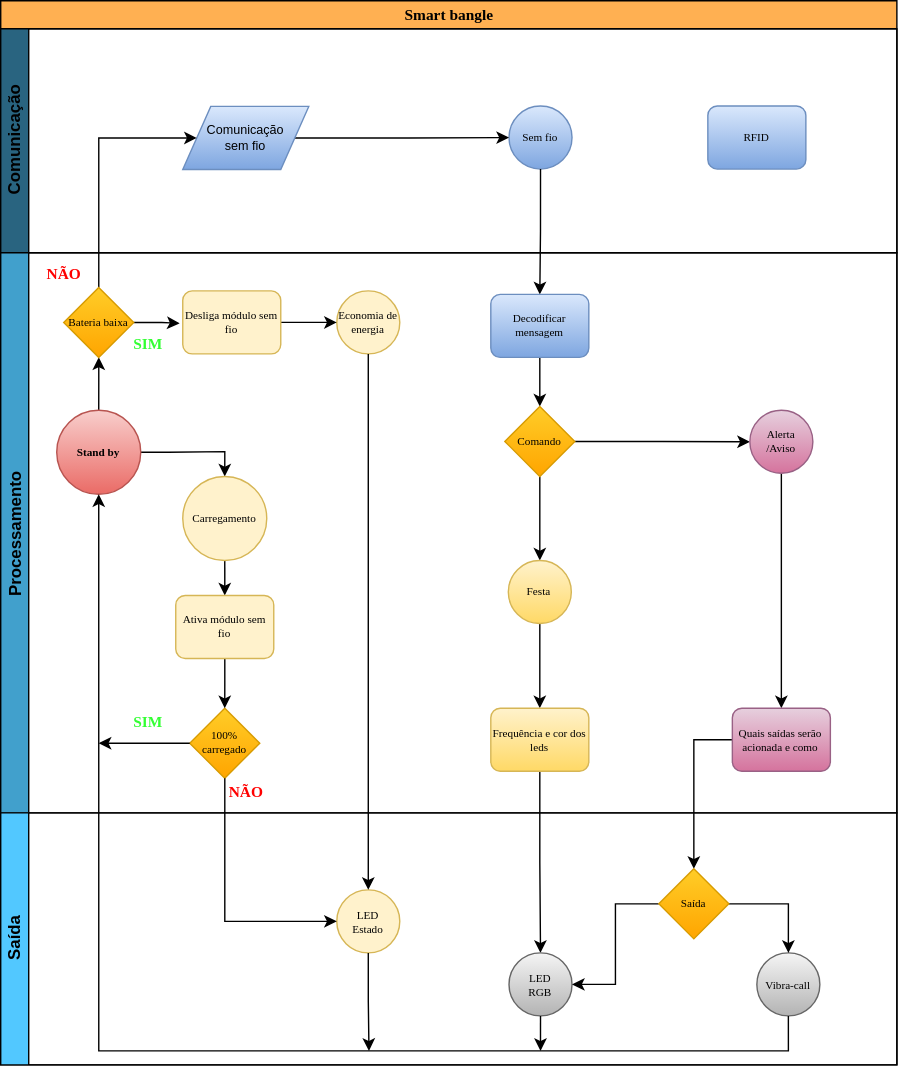
Earlier version of the draw.io export 2022.2/smart_bangle/smart-bangle_ea075.drawio.svg (vm-bertini/ea075-2023.1). Source tidied: cells renumbered, new cells last; positions are measured from the earlier drawing's top-left corner, leaving out a move shared by most shapes.
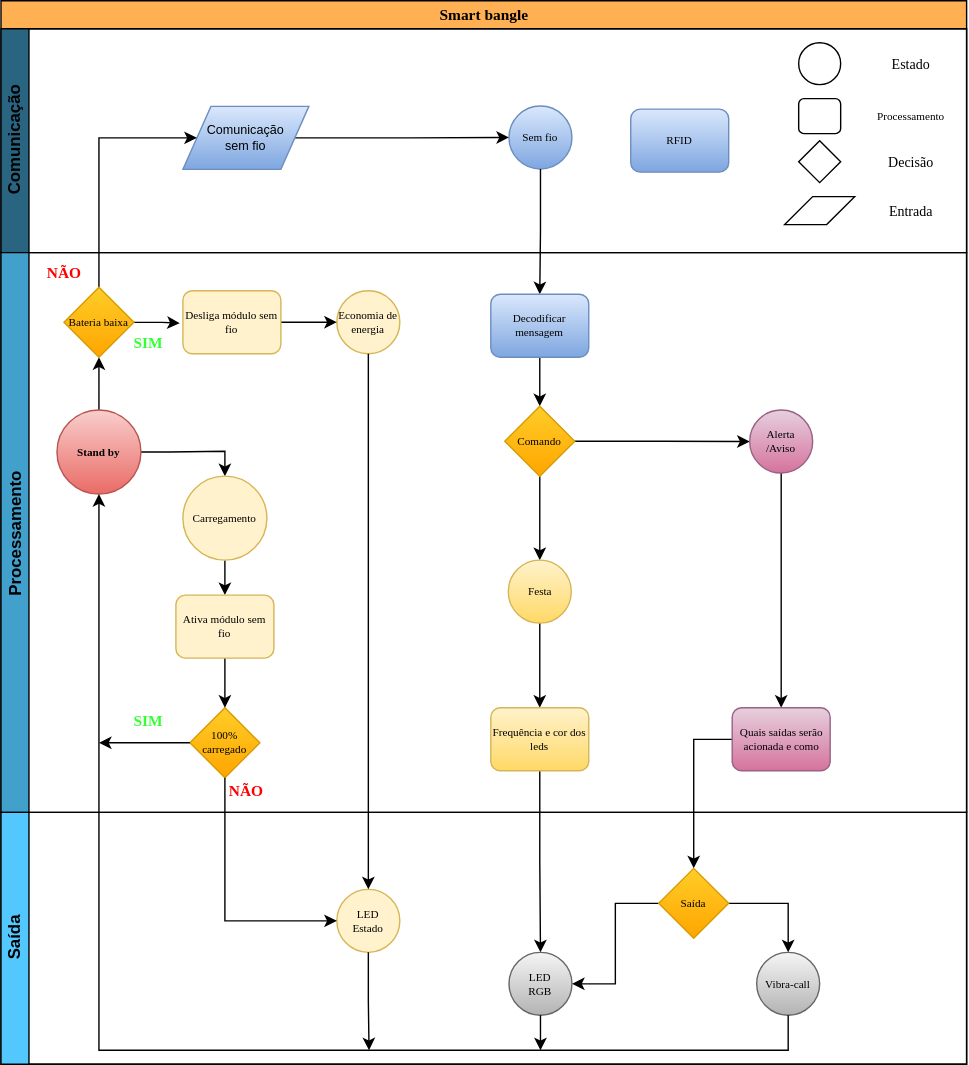
After the commit.

Commit message:
Diagrama 99% pronto

What changed in the source:
```diff
@@ -3,13 +3,13 @@
     <mxCell id="0" />
     <mxCell id="1" parent="0" />
     <mxCell id="2" value="&lt;font style=&quot;font-size: 11px;&quot;&gt;Smart bangle&lt;/font&gt;" style="swimlane;html=1;horizontal=1;startSize=20;rounded=0;shadow=0;labelBackgroundColor=none;strokeWidth=1;fontFamily=Verdana;fontSize=8;align=center;fillColor=#FFB052;" parent="1" vertex="1">
-      <mxGeometry width="640" height="760" as="geometry" />
+      <mxGeometry width="690" height="760" as="geometry" />
     </mxCell>
     <mxCell id="3" value="Comunicação" style="swimlane;html=1;startSize=20;horizontal=0;fillColor=#296480;shadow=0;fontStyle=1;fontColor=default;" parent="2" vertex="1">
-      <mxGeometry y="20" width="640" height="160" as="geometry" />
+      <mxGeometry y="20" width="690" height="160" as="geometry" />
     </mxCell>
     <mxCell id="4" value="RFID" style="rounded=1;whiteSpace=wrap;html=1;shadow=0;labelBackgroundColor=none;strokeWidth=1;fontFamily=Verdana;fontSize=8;align=center;fillColor=#dae8fc;strokeColor=#6c8ebf;gradientColor=#7ea6e0;" parent="3" vertex="1">
-      <mxGeometry x="505" y="55.2" width="70" height="45" as="geometry" />
+      <mxGeometry x="450" y="57.5" width="70" height="45" as="geometry" />
     </mxCell>
     <mxCell id="5" value="Sem fio" style="ellipse;whiteSpace=wrap;html=1;rounded=0;shadow=0;labelBackgroundColor=none;strokeWidth=1;fontFamily=Verdana;fontSize=8;align=center;fillColor=#dae8fc;strokeColor=#6c8ebf;gradientColor=#7ea6e0;" parent="3" vertex="1">
       <mxGeometry x="363" y="55.2" width="45" height="45" as="geometry" />
@@ -20,6 +20,30 @@
     <mxCell id="7" value="Comunicação&lt;br style=&quot;font-size: 9px;&quot;&gt;sem fio" style="shape=parallelogram;perimeter=parallelogramPerimeter;fixedSize=1;rounded=0;shadow=0;glass=0;labelBackgroundColor=none;labelBorderColor=none;sketch=0;fillColor=#dae8fc;align=center;horizontal=1;labelPosition=center;verticalLabelPosition=middle;verticalAlign=middle;whiteSpace=wrap;html=1;fontSize=9;strokeColor=#6c8ebf;gradientColor=#7ea6e0;" parent="3" vertex="1">
       <mxGeometry x="130" y="55.5" width="90" height="45" as="geometry" />
     </mxCell>
+    <mxCell id="54" style="ellipse;whiteSpace=wrap;html=1;fontFamily=Verdana;fontSize=8;" parent="3" vertex="1">
+      <mxGeometry x="570" y="10" width="30" height="30" as="geometry" />
+    </mxCell>
+    <mxCell id="55" value="&lt;font style=&quot;font-size: 10px;&quot;&gt;Estado&lt;/font&gt;" style="text;html=1;align=center;verticalAlign=middle;strokeColor=none;fillColor=none;fontSize=8;fontFamily=Verdana;fontColor=#000000;" parent="3" vertex="1">
+      <mxGeometry x="620" y="10" width="60" height="30" as="geometry" />
+    </mxCell>
+    <mxCell id="56" style="rounded=1;whiteSpace=wrap;html=1;fontFamily=Verdana;fontSize=10;" parent="3" vertex="1">
+      <mxGeometry x="570" y="50" width="30" height="25" as="geometry" />
+    </mxCell>
+    <mxCell id="57" value="&lt;font style=&quot;font-size: 8px;&quot;&gt;Processamento&lt;/font&gt;" style="text;html=1;align=center;verticalAlign=middle;strokeColor=none;fillColor=none;fontSize=8;fontFamily=Verdana;fontColor=#000000;" parent="3" vertex="1">
+      <mxGeometry x="610" y="52.5" width="80" height="20" as="geometry" />
+    </mxCell>
+    <mxCell id="58" style="rhombus;whiteSpace=wrap;html=1;fontFamily=Verdana;fontSize=10;" parent="3" vertex="1">
+      <mxGeometry x="570" y="80" width="30" height="30" as="geometry" />
+    </mxCell>
+    <mxCell id="59" style="shape=parallelogram;perimeter=parallelogramPerimeter;whiteSpace=wrap;html=1;fixedSize=1;fontFamily=Verdana;fontSize=10;" parent="3" vertex="1">
+      <mxGeometry x="560" y="120" width="50" height="20" as="geometry" />
+    </mxCell>
+    <mxCell id="60" value="&lt;font style=&quot;font-size: 10px;&quot;&gt;Decisão&lt;/font&gt;" style="text;html=1;align=center;verticalAlign=middle;strokeColor=none;fillColor=none;fontSize=8;fontFamily=Verdana;fontColor=#000000;" parent="3" vertex="1">
+      <mxGeometry x="620" y="80" width="60" height="30" as="geometry" />
+    </mxCell>
+    <mxCell id="61" value="&lt;font style=&quot;font-size: 10px;&quot;&gt;Entrada&lt;/font&gt;" style="text;html=1;align=center;verticalAlign=middle;strokeColor=none;fillColor=none;fontSize=8;fontFamily=Verdana;fontColor=#000000;" parent="3" vertex="1">
+      <mxGeometry x="620" y="115" width="60" height="30" as="geometry" />
+    </mxCell>
     <mxCell id="8" style="edgeStyle=orthogonalEdgeStyle;rounded=0;jettySize=auto;html=1;entryX=0.5;entryY=0;entryDx=0;entryDy=0;fontFamily=Verdana;fontSize=8;" parent="2" edge="1" source="5" target="17">
       <mxGeometry relative="1" as="geometry" />
     </mxCell>
@@ -37,7 +61,7 @@
       <mxGeometry relative="1" as="geometry" />
     </mxCell>
     <mxCell id="12" value="Processamento" style="swimlane;startSize=20;horizontal=0;fillColor=#41a0cc;strokeColor=default;" parent="2" vertex="1">
-      <mxGeometry y="180" width="640" height="400" as="geometry" />
+      <mxGeometry y="180" width="690" height="400" as="geometry" />
     </mxCell>
     <mxCell id="13" style="edgeStyle=orthogonalEdgeStyle;rounded=0;jettySize=auto;html=1;fontFamily=Verdana;fontSize=8;" parent="12" edge="1" source="15" target="29">
       <mxGeometry relative="1" as="geometry" />
@@ -129,7 +153,7 @@
       <mxGeometry x="150" y="370.2" width="50" height="30" as="geometry" />
     </mxCell>
     <mxCell id="41" value="Saída" style="swimlane;html=1;startSize=20;horizontal=0;fillColor=#52C8FF;gradientColor=none;swimlaneFillColor=none;swimlaneLine=1;rounded=0;shadow=0;sketch=0;glass=0;labelBackgroundColor=none;labelBorderColor=none;fontColor=default;" parent="2" vertex="1">
-      <mxGeometry y="580" width="640" height="180" as="geometry" />
+      <mxGeometry y="580" width="690" height="180" as="geometry" />
     </mxCell>
     <mxCell id="42" value="LED&lt;br&gt;RGB" style="ellipse;whiteSpace=wrap;html=1;rounded=0;shadow=0;labelBackgroundColor=none;strokeWidth=1;fontFamily=Verdana;fontSize=8;align=center;fillColor=#f5f5f5;strokeColor=#666666;gradientColor=#b3b3b3;" parent="41" vertex="1">
       <mxGeometry x="363" y="100" width="45" height="45" as="geometry" />
```
